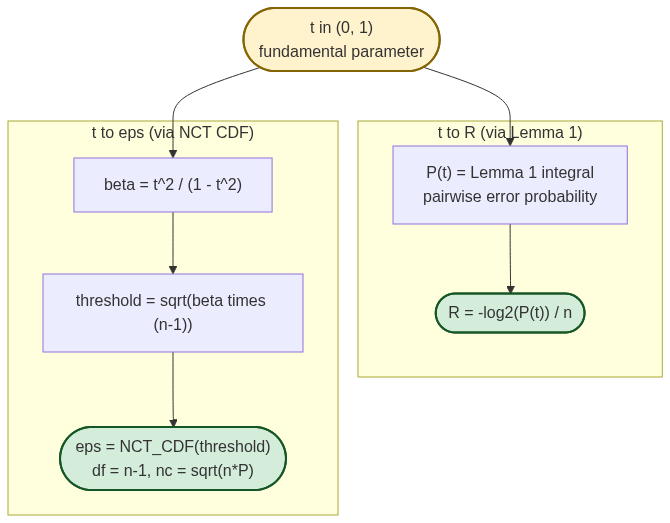
nire123/awgn-fbl keeps this Mermaid diagram as docs/diagrams/02_nct_flow.png. Above is the earlier version. Its source is kept beside it as docs/diagrams/02_nct_flow.mmd.
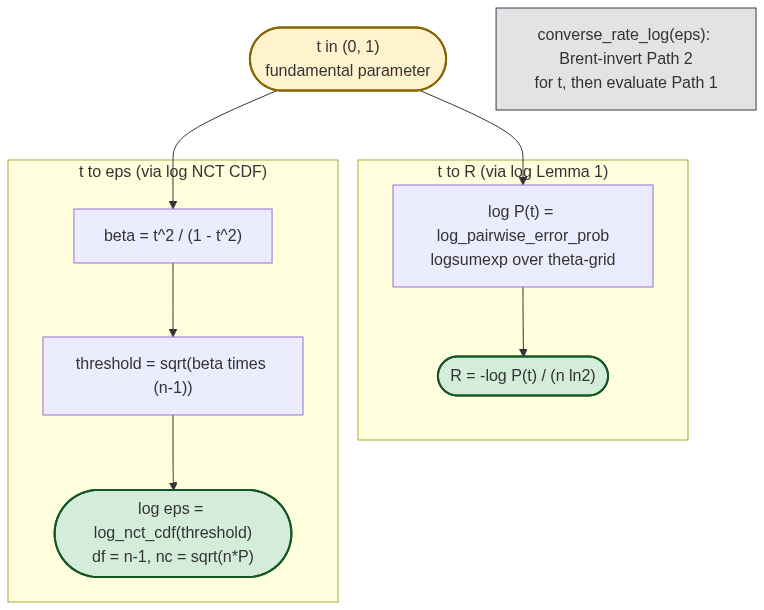
After the commit.

Diff of the diagram source:
```diff
@@ -1,23 +1,27 @@
 flowchart TD
     t(["t in (0, 1)<br/>fundamental parameter"])
 
-    subgraph Path1["t to R (via Lemma 1)"]
-        P["P(t) = Lemma 1 integral<br/>pairwise error probability"]
-        R(["R = -log2(P(t)) / n"])
+    subgraph Path1["t to R (via log Lemma 1)"]
+        P["log P(t) = log_pairwise_error_prob<br/>logsumexp over theta-grid"]
+        R(["R = -log P(t) / (n ln2)"])
         P --> R
     end
 
-    subgraph Path2["t to eps (via NCT CDF)"]
+    subgraph Path2["t to eps (via log NCT CDF)"]
         beta["beta = t^2 / (1 - t^2)"]
         thr["threshold = sqrt(beta times (n-1))"]
-        eps(["eps = NCT_CDF(threshold)<br/>df = n-1, nc = sqrt(n*P)"])
+        eps(["log eps = log_nct_cdf(threshold)<br/>df = n-1, nc = sqrt(n*P)"])
         beta --> thr --> eps
     end
 
     t --> P
     t --> beta
 
+    note["converse_rate_log(eps): Brent-invert Path 2<br/>for t, then evaluate Path 1"]
+
     classDef input fill:#fff3cd,stroke:#856404,stroke-width:2px
     classDef output fill:#d4edda,stroke:#155724,stroke-width:2px
+    classDef ann fill:#e2e3e5,stroke:#383d41
     class t input
     class R,eps output
+    class note ann
```
